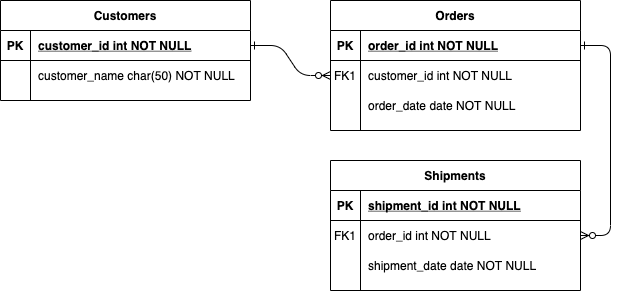
The draw.io diagram ERDdiagramdrawio.png in Sehrish88/ERDdiagram, before a commit. Source tidied: cells renumbered, new cells last; positions are measured from the earlier drawing's top-left corner, leaving out a move shared by most shapes. The source it was exported from:
```xml
<mxGraphModel>
  <root>
    <mxCell id="0" />
    <mxCell id="1" parent="0" />
    <mxCell id="2" style="edgeStyle=entityRelationEdgeStyle;endArrow=ERzeroToMany;startArrow=ERone;endFill=1;startFill=0;" parent="1" edge="1" source="25" target="8">
      <mxGeometry relative="1" as="geometry" />
    </mxCell>
    <mxCell id="3" style="edgeStyle=entityRelationEdgeStyle;endArrow=ERzeroToMany;startArrow=ERone;endFill=1;startFill=0;" parent="1" edge="1" source="5" target="18">
      <mxGeometry relative="1" as="geometry" />
    </mxCell>
    <mxCell id="4" value="Orders" style="shape=table;startSize=30;rowLines=0;fontStyle=1;align=center;" parent="1" vertex="1">
      <mxGeometry x="330" width="250" height="130" as="geometry" />
    </mxCell>
    <mxCell id="5" style="shape=partialRectangle;fillColor=none;points=[[0,0.5],[1,0.5]];portConstraint=eastwest;top=0;left=0;right=0;bottom=1;" parent="4" vertex="1">
      <mxGeometry y="30" width="250" height="30" as="geometry" />
    </mxCell>
    <mxCell id="6" value="PK" style="shape=partialRectangle;overflow=hidden;fillColor=none;top=0;left=0;bottom=0;right=0;fontStyle=1;" parent="5" vertex="1">
      <mxGeometry width="30" height="30" as="geometry" />
    </mxCell>
    <mxCell id="7" value="order_id int NOT NULL " style="shape=partialRectangle;overflow=hidden;fillColor=none;top=0;left=0;bottom=0;right=0;align=left;spacingLeft=6;fontStyle=5;" parent="5" vertex="1">
      <mxGeometry x="30" width="220" height="30" as="geometry" />
    </mxCell>
    <mxCell id="8" style="shape=partialRectangle;fillColor=none;points=[[0,0.5],[1,0.5]];portConstraint=eastwest;top=0;left=0;right=0;bottom=0;" parent="4" vertex="1">
      <mxGeometry y="60" width="250" height="30" as="geometry" />
    </mxCell>
    <mxCell id="9" value="FK1" style="shape=partialRectangle;overflow=hidden;fillColor=none;top=0;left=0;bottom=0;right=0;" parent="8" vertex="1">
      <mxGeometry width="30" height="30" as="geometry" />
    </mxCell>
    <mxCell id="10" value="customer_id int NOT NULL" style="shape=partialRectangle;overflow=hidden;fillColor=none;top=0;left=0;bottom=0;right=0;align=left;spacingLeft=6;" parent="8" vertex="1">
      <mxGeometry x="30" width="220" height="30" as="geometry" />
    </mxCell>
    <mxCell id="11" style="shape=partialRectangle;fillColor=none;top=0;left=0;right=0;bottom=0;" parent="4" vertex="1">
      <mxGeometry y="90" width="250" height="30" as="geometry" />
    </mxCell>
    <mxCell id="12" style="shape=partialRectangle;overflow=hidden;fillColor=none;top=0;left=0;bottom=0;right=0;" parent="11" vertex="1">
      <mxGeometry width="30" height="30" as="geometry" />
    </mxCell>
    <mxCell id="13" value="order_date date NOT NULL" style="shape=partialRectangle;overflow=hidden;fillColor=none;top=0;left=0;bottom=0;right=0;align=left;spacingLeft=6;" parent="11" vertex="1">
      <mxGeometry x="30" width="220" height="30" as="geometry" />
    </mxCell>
    <mxCell id="14" value="Shipments" style="shape=table;startSize=30;rowLines=0;fontStyle=1;align=center;" parent="1" vertex="1">
      <mxGeometry x="330" y="160" width="250" height="130" as="geometry" />
    </mxCell>
    <mxCell id="15" style="shape=partialRectangle;fillColor=none;top=0;left=0;right=0;bottom=1;" parent="14" vertex="1">
      <mxGeometry y="30" width="250" height="30" as="geometry" />
    </mxCell>
    <mxCell id="16" value="PK" style="shape=partialRectangle;overflow=hidden;fillColor=none;top=0;left=0;bottom=0;right=0;fontStyle=1;" parent="15" vertex="1">
      <mxGeometry width="30" height="30" as="geometry" />
    </mxCell>
    <mxCell id="17" value="shipment_id int NOT NULL " style="shape=partialRectangle;overflow=hidden;fillColor=none;top=0;left=0;bottom=0;right=0;align=left;spacingLeft=6;fontStyle=5;" parent="15" vertex="1">
      <mxGeometry x="30" width="220" height="30" as="geometry" />
    </mxCell>
    <mxCell id="18" style="shape=partialRectangle;fillColor=none;points=[[0,0.5],[1,0.5]];portConstraint=eastwest;top=0;left=0;right=0;bottom=0;" parent="14" vertex="1">
      <mxGeometry y="60" width="250" height="30" as="geometry" />
    </mxCell>
    <mxCell id="19" value="FK1" style="shape=partialRectangle;overflow=hidden;fillColor=none;top=0;left=0;bottom=0;right=0;" parent="18" vertex="1">
      <mxGeometry width="30" height="30" as="geometry" />
    </mxCell>
    <mxCell id="20" value="order_id int NOT NULL" style="shape=partialRectangle;overflow=hidden;fillColor=none;top=0;left=0;bottom=0;right=0;align=left;spacingLeft=6;" parent="18" vertex="1">
      <mxGeometry x="30" width="220" height="30" as="geometry" />
    </mxCell>
    <mxCell id="21" style="shape=partialRectangle;fillColor=none;top=0;left=0;right=0;bottom=0;" parent="14" vertex="1">
      <mxGeometry y="90" width="250" height="30" as="geometry" />
    </mxCell>
    <mxCell id="22" style="shape=partialRectangle;overflow=hidden;fillColor=none;top=0;left=0;bottom=0;right=0;" parent="21" vertex="1">
      <mxGeometry width="30" height="30" as="geometry" />
    </mxCell>
    <mxCell id="23" value="shipment_date date NOT NULL" style="shape=partialRectangle;overflow=hidden;fillColor=none;top=0;left=0;bottom=0;right=0;align=left;spacingLeft=6;" parent="21" vertex="1">
      <mxGeometry x="30" width="220" height="30" as="geometry" />
    </mxCell>
    <mxCell id="24" value="Customers" style="shape=table;startSize=30;rowLines=0;fontStyle=1;align=center;" parent="1" vertex="1">
      <mxGeometry width="250" height="100" as="geometry" />
    </mxCell>
    <mxCell id="25" style="shape=partialRectangle;fillColor=none;points=[[0,0.5],[1,0.5]];portConstraint=eastwest;top=0;left=0;right=0;bottom=1;" parent="24" vertex="1">
      <mxGeometry y="30" width="250" height="30" as="geometry" />
    </mxCell>
    <mxCell id="26" value="PK" style="shape=partialRectangle;overflow=hidden;fillColor=none;top=0;left=0;bottom=0;right=0;fontStyle=1;" parent="25" vertex="1">
      <mxGeometry width="30" height="30" as="geometry" />
    </mxCell>
    <mxCell id="27" value="customer_id int NOT NULL " style="shape=partialRectangle;overflow=hidden;fillColor=none;top=0;left=0;bottom=0;right=0;align=left;spacingLeft=6;fontStyle=5;" parent="25" vertex="1">
      <mxGeometry x="30" width="220" height="30" as="geometry" />
    </mxCell>
    <mxCell id="28" style="shape=partialRectangle;fillColor=none;top=0;left=0;right=0;bottom=0;" parent="24" vertex="1">
      <mxGeometry y="60" width="250" height="30" as="geometry" />
    </mxCell>
    <mxCell id="29" style="shape=partialRectangle;overflow=hidden;fillColor=none;top=0;left=0;bottom=0;right=0;" parent="28" vertex="1">
      <mxGeometry width="30" height="30" as="geometry" />
    </mxCell>
    <mxCell id="30" value="customer_name char(50) NOT NULL" style="shape=partialRectangle;overflow=hidden;fillColor=none;top=0;left=0;bottom=0;right=0;align=left;spacingLeft=6;" parent="28" vertex="1">
      <mxGeometry x="30" width="220" height="30" as="geometry" />
    </mxCell>
  </root>
</mxGraphModel>
```
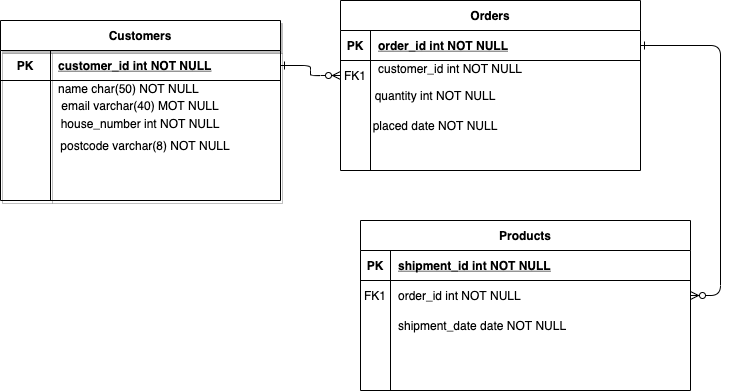
Later version of the same file.

Commit message:
Update ERDdiagramdrawio.png to show relationships

Change to the diagram source:
```diff
@@ -9,85 +9,103 @@
       <mxGeometry relative="1" as="geometry" />
     </mxCell>
     <mxCell id="4" value="Orders" style="shape=table;startSize=30;rowLines=0;fontStyle=1;align=center;" parent="1" vertex="1">
-      <mxGeometry x="330" width="250" height="130" as="geometry" />
+      <mxGeometry x="310" y="-50" width="300" height="170" as="geometry" />
     </mxCell>
     <mxCell id="5" style="shape=partialRectangle;fillColor=none;points=[[0,0.5],[1,0.5]];portConstraint=eastwest;top=0;left=0;right=0;bottom=1;" parent="4" vertex="1">
-      <mxGeometry y="30" width="250" height="30" as="geometry" />
+      <mxGeometry y="30" width="300" height="30" as="geometry" />
     </mxCell>
     <mxCell id="6" value="PK" style="shape=partialRectangle;overflow=hidden;fillColor=none;top=0;left=0;bottom=0;right=0;fontStyle=1;" parent="5" vertex="1">
       <mxGeometry width="30" height="30" as="geometry" />
     </mxCell>
     <mxCell id="7" value="order_id int NOT NULL " style="shape=partialRectangle;overflow=hidden;fillColor=none;top=0;left=0;bottom=0;right=0;align=left;spacingLeft=6;fontStyle=5;" parent="5" vertex="1">
-      <mxGeometry x="30" width="220" height="30" as="geometry" />
+      <mxGeometry x="30" width="270" height="30" as="geometry" />
     </mxCell>
     <mxCell id="8" style="shape=partialRectangle;fillColor=none;points=[[0,0.5],[1,0.5]];portConstraint=eastwest;top=0;left=0;right=0;bottom=0;" parent="4" vertex="1">
-      <mxGeometry y="60" width="250" height="30" as="geometry" />
+      <mxGeometry y="60" width="300" height="30" as="geometry" />
     </mxCell>
     <mxCell id="9" value="FK1" style="shape=partialRectangle;overflow=hidden;fillColor=none;top=0;left=0;bottom=0;right=0;" parent="8" vertex="1">
       <mxGeometry width="30" height="30" as="geometry" />
     </mxCell>
-    <mxCell id="10" value="customer_id int NOT NULL" style="shape=partialRectangle;overflow=hidden;fillColor=none;top=0;left=0;bottom=0;right=0;align=left;spacingLeft=6;" parent="8" vertex="1">
-      <mxGeometry x="30" width="220" height="30" as="geometry" />
+    <mxCell id="10" value="customer_id int NOT NULL&#10;" style="shape=partialRectangle;overflow=hidden;fillColor=none;top=0;left=0;bottom=0;right=0;align=left;spacingLeft=6;" parent="8" vertex="1">
+      <mxGeometry x="30" width="270" height="30" as="geometry" />
     </mxCell>
     <mxCell id="11" style="shape=partialRectangle;fillColor=none;top=0;left=0;right=0;bottom=0;" parent="4" vertex="1">
-      <mxGeometry y="90" width="250" height="30" as="geometry" />
+      <mxGeometry y="90" width="300" height="20" as="geometry" />
     </mxCell>
     <mxCell id="12" style="shape=partialRectangle;overflow=hidden;fillColor=none;top=0;left=0;bottom=0;right=0;" parent="11" vertex="1">
-      <mxGeometry width="30" height="30" as="geometry" />
+      <mxGeometry width="30" height="20" as="geometry" />
     </mxCell>
-    <mxCell id="13" value="order_date date NOT NULL" style="shape=partialRectangle;overflow=hidden;fillColor=none;top=0;left=0;bottom=0;right=0;align=left;spacingLeft=6;" parent="11" vertex="1">
-      <mxGeometry x="30" width="220" height="30" as="geometry" />
+    <mxCell id="13" style="shape=partialRectangle;overflow=hidden;fillColor=none;top=0;left=0;bottom=0;right=0;align=left;spacingLeft=6;" parent="11" vertex="1">
+      <mxGeometry x="30" width="270" height="20" as="geometry" />
     </mxCell>
-    <mxCell id="14" value="Shipments" style="shape=table;startSize=30;rowLines=0;fontStyle=1;align=center;" parent="1" vertex="1">
-      <mxGeometry x="330" y="160" width="250" height="130" as="geometry" />
+    <mxCell id="14" value="Products" style="shape=table;startSize=30;rowLines=0;fontStyle=1;align=center;" parent="1" vertex="1">
+      <mxGeometry x="330" y="170" width="330" height="170" as="geometry" />
     </mxCell>
     <mxCell id="15" style="shape=partialRectangle;fillColor=none;top=0;left=0;right=0;bottom=1;" parent="14" vertex="1">
-      <mxGeometry y="30" width="250" height="30" as="geometry" />
+      <mxGeometry y="30" width="330" height="30" as="geometry" />
     </mxCell>
     <mxCell id="16" value="PK" style="shape=partialRectangle;overflow=hidden;fillColor=none;top=0;left=0;bottom=0;right=0;fontStyle=1;" parent="15" vertex="1">
       <mxGeometry width="30" height="30" as="geometry" />
     </mxCell>
     <mxCell id="17" value="shipment_id int NOT NULL " style="shape=partialRectangle;overflow=hidden;fillColor=none;top=0;left=0;bottom=0;right=0;align=left;spacingLeft=6;fontStyle=5;" parent="15" vertex="1">
-      <mxGeometry x="30" width="220" height="30" as="geometry" />
+      <mxGeometry x="30" width="300" height="30" as="geometry" />
     </mxCell>
     <mxCell id="18" style="shape=partialRectangle;fillColor=none;points=[[0,0.5],[1,0.5]];portConstraint=eastwest;top=0;left=0;right=0;bottom=0;" parent="14" vertex="1">
-      <mxGeometry y="60" width="250" height="30" as="geometry" />
+      <mxGeometry y="60" width="330" height="30" as="geometry" />
     </mxCell>
     <mxCell id="19" value="FK1" style="shape=partialRectangle;overflow=hidden;fillColor=none;top=0;left=0;bottom=0;right=0;" parent="18" vertex="1">
       <mxGeometry width="30" height="30" as="geometry" />
     </mxCell>
     <mxCell id="20" value="order_id int NOT NULL" style="shape=partialRectangle;overflow=hidden;fillColor=none;top=0;left=0;bottom=0;right=0;align=left;spacingLeft=6;" parent="18" vertex="1">
-      <mxGeometry x="30" width="220" height="30" as="geometry" />
+      <mxGeometry x="30" width="300" height="30" as="geometry" />
     </mxCell>
     <mxCell id="21" style="shape=partialRectangle;fillColor=none;top=0;left=0;right=0;bottom=0;" parent="14" vertex="1">
-      <mxGeometry y="90" width="250" height="30" as="geometry" />
+      <mxGeometry y="90" width="330" height="30" as="geometry" />
     </mxCell>
     <mxCell id="22" style="shape=partialRectangle;overflow=hidden;fillColor=none;top=0;left=0;bottom=0;right=0;" parent="21" vertex="1">
       <mxGeometry width="30" height="30" as="geometry" />
     </mxCell>
     <mxCell id="23" value="shipment_date date NOT NULL" style="shape=partialRectangle;overflow=hidden;fillColor=none;top=0;left=0;bottom=0;right=0;align=left;spacingLeft=6;" parent="21" vertex="1">
-      <mxGeometry x="30" width="220" height="30" as="geometry" />
+      <mxGeometry x="30" width="300" height="30" as="geometry" />
     </mxCell>
-    <mxCell id="24" value="Customers" style="shape=table;startSize=30;rowLines=0;fontStyle=1;align=center;" parent="1" vertex="1">
-      <mxGeometry width="250" height="100" as="geometry" />
+    <mxCell id="24" value="Customers" style="shape=table;startSize=30;rowLines=0;fontStyle=1;align=center;shadow=1;" parent="1" vertex="1">
+      <mxGeometry x="-30" y="-30" width="280" height="180" as="geometry" />
     </mxCell>
     <mxCell id="25" style="shape=partialRectangle;fillColor=none;points=[[0,0.5],[1,0.5]];portConstraint=eastwest;top=0;left=0;right=0;bottom=1;" parent="24" vertex="1">
-      <mxGeometry y="30" width="250" height="30" as="geometry" />
+      <mxGeometry y="30" width="280" height="30" as="geometry" />
     </mxCell>
     <mxCell id="26" value="PK" style="shape=partialRectangle;overflow=hidden;fillColor=none;top=0;left=0;bottom=0;right=0;fontStyle=1;" parent="25" vertex="1">
-      <mxGeometry width="30" height="30" as="geometry" />
+      <mxGeometry width="50" height="30" as="geometry" />
     </mxCell>
     <mxCell id="27" value="customer_id int NOT NULL " style="shape=partialRectangle;overflow=hidden;fillColor=none;top=0;left=0;bottom=0;right=0;align=left;spacingLeft=6;fontStyle=5;" parent="25" vertex="1">
-      <mxGeometry x="30" width="220" height="30" as="geometry" />
+      <mxGeometry x="50" width="230" height="30" as="geometry" />
     </mxCell>
     <mxCell id="28" style="shape=partialRectangle;fillColor=none;top=0;left=0;right=0;bottom=0;" parent="24" vertex="1">
-      <mxGeometry y="60" width="250" height="30" as="geometry" />
+      <mxGeometry y="60" width="280" height="30" as="geometry" />
     </mxCell>
     <mxCell id="29" style="shape=partialRectangle;overflow=hidden;fillColor=none;top=0;left=0;bottom=0;right=0;" parent="28" vertex="1">
-      <mxGeometry width="30" height="30" as="geometry" />
+      <mxGeometry width="50" height="30" as="geometry" />
     </mxCell>
-    <mxCell id="30" value="customer_name char(50) NOT NULL" style="shape=partialRectangle;overflow=hidden;fillColor=none;top=0;left=0;bottom=0;right=0;align=left;spacingLeft=6;" parent="28" vertex="1">
-      <mxGeometry x="30" width="220" height="30" as="geometry" />
+    <mxCell id="30" value="name char(50) NOT NULL&#10;" style="shape=partialRectangle;overflow=hidden;fillColor=none;top=0;left=0;bottom=0;right=0;align=left;spacingLeft=6;" parent="28" vertex="1">
+      <mxGeometry x="50" width="230" height="30" as="geometry" />
     </mxCell>
+    <mxCell id="31" value="postcode varchar(8) NOT NULL" style="text;html=1;strokeColor=none;fillColor=none;align=center;verticalAlign=middle;whiteSpace=wrap;rounded=0;shadow=1;" parent="1" vertex="1">
+      <mxGeometry x="25" y="90" width="180" height="10" as="geometry" />
+    </mxCell>
+    <mxCell id="32" value="email varchar(40) MOT NULL" style="text;html=1;strokeColor=none;fillColor=none;align=center;verticalAlign=middle;whiteSpace=wrap;rounded=0;shadow=1;" parent="1" vertex="1">
+      <mxGeometry x="20" y="50" width="180" height="10" as="geometry" />
+    </mxCell>
+    <mxCell id="33" value="&lt;div&gt;&lt;br&gt;&lt;/div&gt;" style="text;html=1;align=center;verticalAlign=middle;strokeColor=none;" parent="1" vertex="1">
+      <mxGeometry x="85" y="65" width="20" height="20" as="geometry" />
+    </mxCell>
+    <mxCell id="34" value="&lt;div&gt;house_number int NOT NULL&lt;/div&gt;&lt;div&gt;&lt;br&gt;&lt;/div&gt;" style="text;html=1;strokeColor=none;fillColor=none;align=center;verticalAlign=middle;whiteSpace=wrap;rounded=0;shadow=1;" parent="1" vertex="1">
+      <mxGeometry x="15" y="70" width="190" height="20" as="geometry" />
+    </mxCell>
+    <mxCell id="35" value="&lt;span style=&quot;text-align: left&quot;&gt;placed date NOT NULL&lt;/span&gt;" style="text;html=1;strokeColor=none;fillColor=none;align=center;verticalAlign=middle;whiteSpace=wrap;rounded=0;shadow=1;" parent="1" vertex="1">
+      <mxGeometry x="330" y="65" width="150" height="20" as="geometry" />
+    </mxCell>
+    <mxCell id="36" value="quantity int NOT NULL" style="text;html=1;strokeColor=none;fillColor=none;align=center;verticalAlign=middle;whiteSpace=wrap;rounded=0;shadow=1;" parent="1" vertex="1">
+      <mxGeometry x="340" y="30" width="130" height="30" as="geometry" />
+    </mxCell>
   </root>
 </mxGraphModel>
```
